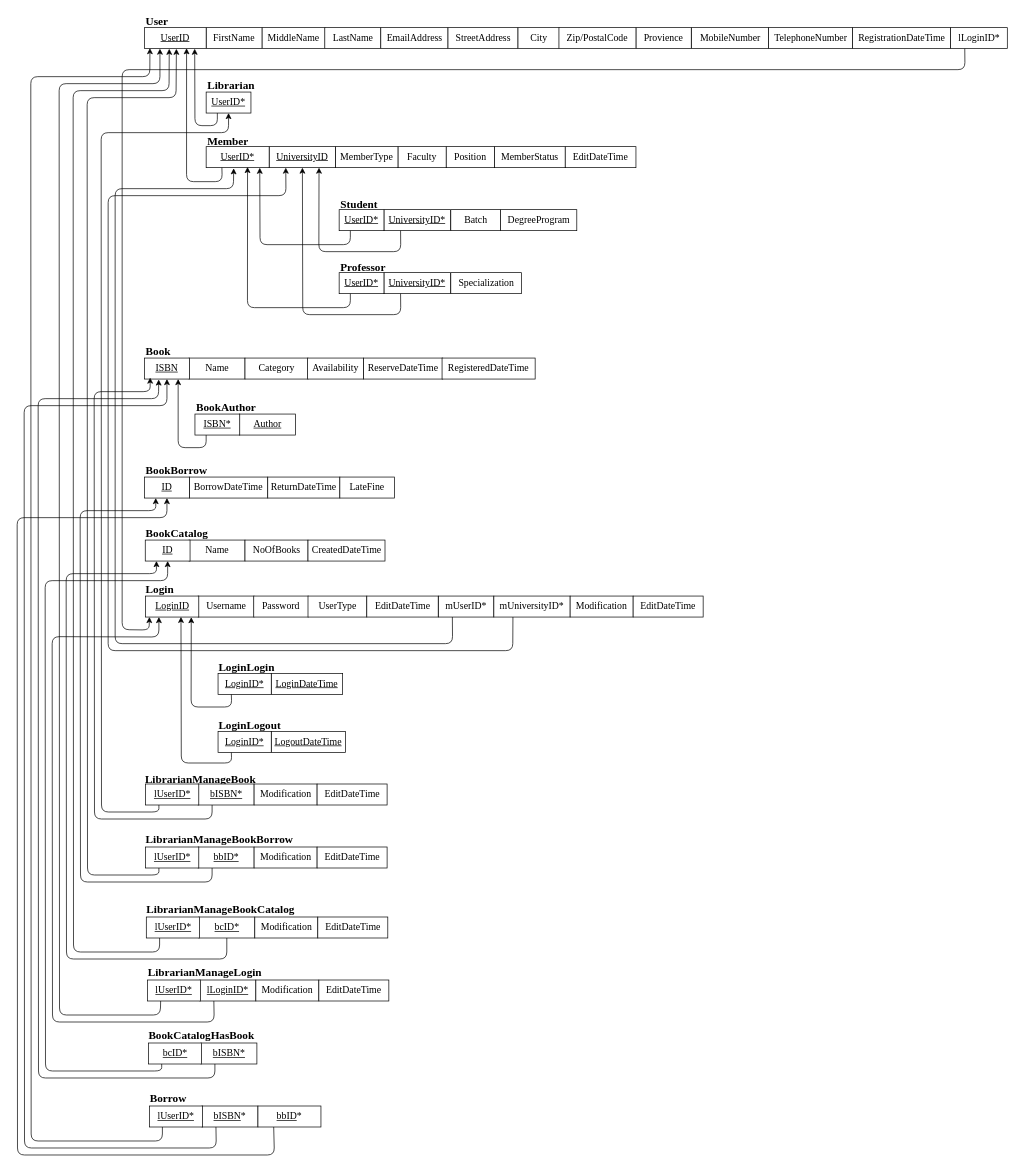
Earlier version of the draw.io diagram Documentation/Database/2.RelationalMapping/lsulibraryDB_RelationalMapping.drawio (hvlhasanka/Pearson_HND_Computing_Y1S2-Unit10_Web_Design_and_Development). Source tidied: cells renumbered, new cells numbered last; positions are measured from the earlier drawing's top-left corner, leaving out a move shared by most shapes. Both pictures are drawn from the tidied source at 70%, with x=0, y=0 at pixel (17, 12).
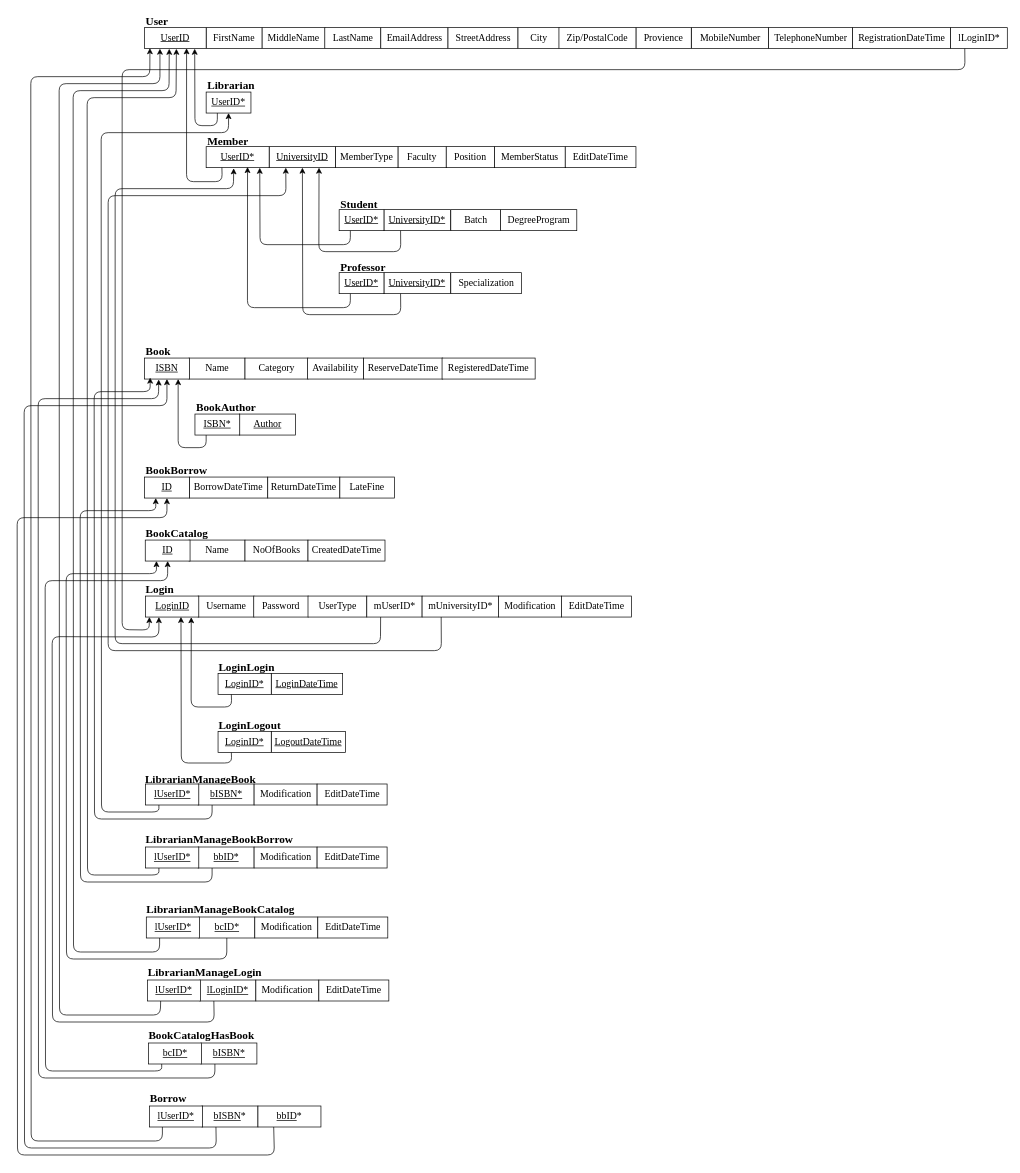
Above is the later version.

The change refers to these unchanged cells:
```xml
<mxCell id="18" value="UniversityID" style="rounded=0;whiteSpace=wrap;html=1;fontSize=14;fontFamily=Times New Roman;fontStyle=4;" parent="1" vertex="1">
  <mxGeometry x="360" y="192" width="95" height="30" as="geometry" />
</mxCell>
<mxCell id="24" value="UserID*" style="rounded=0;whiteSpace=wrap;html=1;fontSize=14;fontFamily=Times New Roman;fontStyle=4;" parent="1" vertex="1">
  <mxGeometry x="270" y="192" width="90" height="30" as="geometry" />
</mxCell>
```

Diff of the diagram source:
```diff
@@
-    <mxCell id="66" value="EditDateTime" style="rounded=0;whiteSpace=wrap;html=1;fontSize=14;fontFamily=Times New Roman;" parent="1" vertex="1">
-      <mxGeometry x="499.5" y="834" width="102" height="30" as="geometry" />
-    </mxCell>
@@
     <mxCell id="107" value="mUserID*" style="rounded=0;whiteSpace=wrap;html=1;fontSize=14;fontFamily=Times New Roman;" parent="1" vertex="1">
-      <mxGeometry x="602" y="834" width="79" height="30" as="geometry" />
+      <mxGeometry x="499.5" y="834" width="79" height="30" as="geometry" />
     </mxCell>
     <mxCell id="108" value="mUniversityID*" style="rounded=0;whiteSpace=wrap;html=1;fontSize=14;fontFamily=Times New Roman;" parent="1" vertex="1">
-      <mxGeometry x="681" y="834" width="109" height="30" as="geometry" />
+      <mxGeometry x="578.5" y="834" width="109" height="30" as="geometry" />
     </mxCell>
     <mxCell id="109" style="endArrow=classic;html=1;exitX=0.25;exitY=1;exitDx=0;exitDy=0;entryX=0.437;entryY=1.032;entryDx=0;entryDy=0;entryPerimeter=0;" parent="1" edge="1" source="107" target="24">
       <mxGeometry relative="1" as="geometry">
         <Array as="points">
-          <mxPoint x="622" y="902" />
+          <mxPoint x="519" y="902" />
           <mxPoint x="140" y="902" />
           <mxPoint x="140" y="252" />
           <mxPoint x="309" y="252" />
         </Array>
       </mxGeometry>
     </mxCell>
     <mxCell id="110" style="endArrow=classic;html=1;exitX=0.25;exitY=1;exitDx=0;exitDy=0;entryX=0.25;entryY=1;entryDx=0;entryDy=0;" parent="1" edge="1" source="108" target="18">
       <mxGeometry relative="1" as="geometry">
         <Array as="points">
-          <mxPoint x="708" y="912" />
+          <mxPoint x="606" y="912" />
           <mxPoint x="130" y="912" />
           <mxPoint x="130" y="262" />
           <mxPoint x="384" y="262" />
         </Array>
       </mxGeometry>
     </mxCell>
@@
     <mxCell id="121" value="Modification" style="rounded=0;whiteSpace=wrap;html=1;fontSize=14;fontFamily=Times New Roman;" parent="1" vertex="1">
-      <mxGeometry x="790" y="834" width="90" height="30" as="geometry" />
+      <mxGeometry x="687.5" y="834" width="90" height="30" as="geometry" />
     </mxCell>
     <mxCell id="122" value="EditDateTime" style="rounded=0;whiteSpace=wrap;html=1;fontSize=14;fontFamily=Times New Roman;" parent="1" vertex="1">
-      <mxGeometry x="880" y="834" width="100" height="30" as="geometry" />
+      <mxGeometry x="777.5" y="834" width="100" height="30" as="geometry" />
     </mxCell>
```
